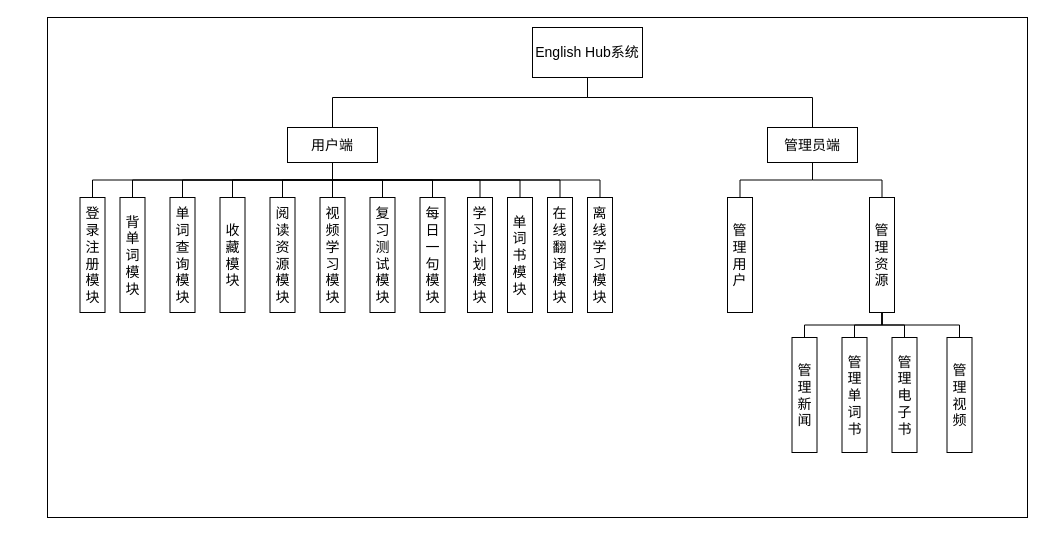
Above: 系统需求分析框架.drawio in 6Yolo6/GraduationDesign (draw.io), before the change. Source tidied: cells renumbered, new cells numbered last; positions are measured from the earlier drawing's top-left corner, leaving out a move shared by most shapes. Both pictures are drawn from the tidied source at 100%, with x=0, y=0 at pixel (47, 17).
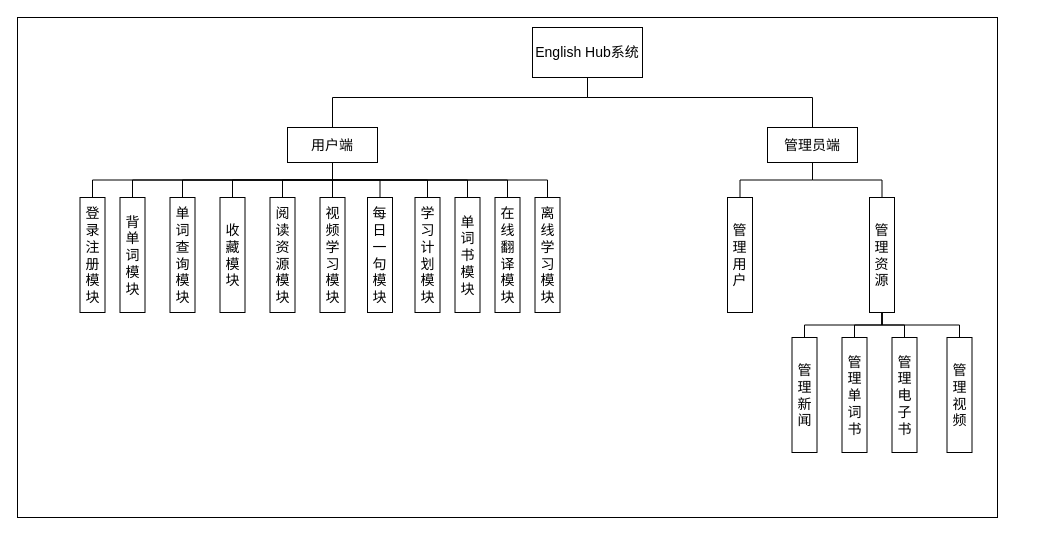
The same diagram, later.

Commit message:
更新系统需求分析框架.drawio

The change refers to these unchanged cells:
```xml
<mxCell id="4" value="用户端" style="rounded=0;whiteSpace=wrap;html=1;fontSize=14;" parent="1" vertex="1">
  <mxGeometry x="240" y="110" width="90" height="35" as="geometry" />
</mxCell>
```

What changed in the source:
```diff
@@
     <mxCell id="2" style="rounded=0;whiteSpace=wrap;html=1;" parent="1" vertex="1">
-      <mxGeometry width="980" height="500" as="geometry" />
+      <mxGeometry x="-30" width="980" height="500" as="geometry" />
     </mxCell>
@@
-    <mxCell id="28" value="复习测试模块" style="rounded=0;whiteSpace=wrap;html=1;fontSize=14;direction=south;" parent="1" vertex="1">
-      <mxGeometry x="322.5" y="180" width="25" height="115" as="geometry" />
-    </mxCell>
     <mxCell id="29" value="每日一句模块" style="rounded=0;whiteSpace=wrap;html=1;fontSize=14;direction=south;" parent="1" vertex="1">
-      <mxGeometry x="372.5" y="180" width="25" height="115" as="geometry" />
+      <mxGeometry x="320" y="180" width="25" height="115" as="geometry" />
     </mxCell>
     <mxCell id="30" value="学习计划模块" style="rounded=0;whiteSpace=wrap;html=1;fontSize=14;direction=south;" parent="1" vertex="1">
-      <mxGeometry x="420" y="180" width="25" height="115" as="geometry" />
+      <mxGeometry x="367.5" y="180" width="25" height="115" as="geometry" />
     </mxCell>
     <mxCell id="31" value="单词书模块" style="rounded=0;whiteSpace=wrap;html=1;fontSize=14;direction=south;" parent="1" vertex="1">
-      <mxGeometry x="460" y="180" width="25" height="115" as="geometry" />
+      <mxGeometry x="407.5" y="180" width="25" height="115" as="geometry" />
     </mxCell>
-    <mxCell id="32" style="endArrow=none;html=1;rounded=0;entryX=0.5;entryY=1;entryDx=0;entryDy=0;exitX=0;exitY=0.5;exitDx=0;exitDy=0;edgeStyle=orthogonalEdgeStyle;" parent="1" edge="1" source="28" target="4">
-      <mxGeometry relative="1" as="geometry" />
-    </mxCell>
@@
     <mxCell id="39" value="在线翻译模块" style="rounded=0;whiteSpace=wrap;html=1;fontSize=14;direction=south;" parent="1" vertex="1">
-      <mxGeometry x="500" y="180" width="25" height="115" as="geometry" />
+      <mxGeometry x="447.5" y="180" width="25" height="115" as="geometry" />
     </mxCell>
     <mxCell id="40" value="离线学习模块" style="rounded=0;whiteSpace=wrap;html=1;fontSize=14;direction=south;" parent="1" vertex="1">
-      <mxGeometry x="540" y="180" width="25" height="115" as="geometry" />
+      <mxGeometry x="487.5" y="180" width="25" height="115" as="geometry" />
     </mxCell>
```
